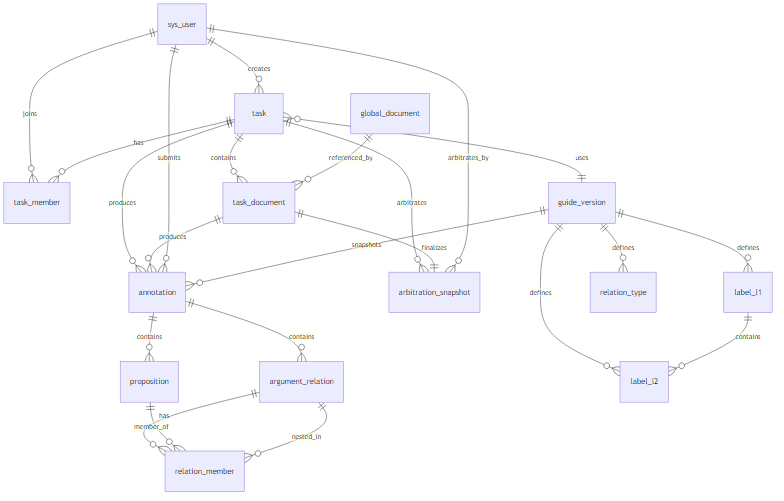
The Mermaid diagram docs/img/P3-ER图.png in MiaoYuxuan123/Judgement-Annotation-Platform, before a commit. Its source is kept beside it as docs/img/P3-ER图.mmd.
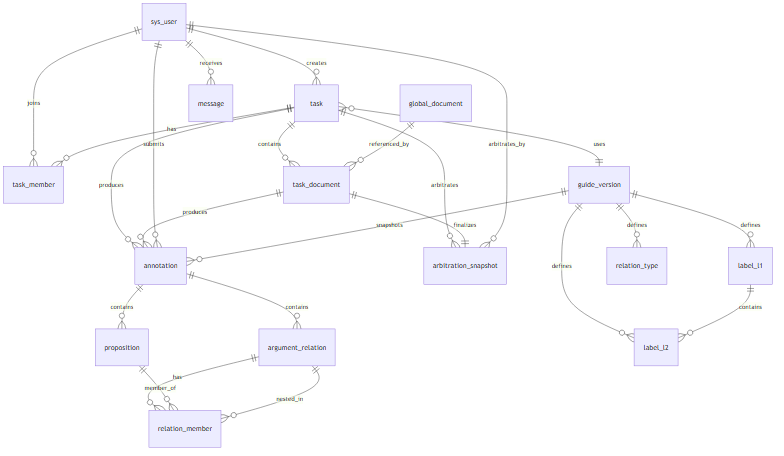
The same file after the commit.

Diff of the diagram source:
```diff
@@ -17,6 +17,7 @@
     task ||--o{ arbitration_snapshot : arbitrates
     task_document ||--|| arbitration_snapshot : finalizes
     sys_user ||--o{ arbitration_snapshot : arbitrates_by
+    sys_user ||--o{ message : receives
     guide_version ||--o{ label_l1 : defines
     guide_version ||--o{ label_l2 : defines
     label_l1 ||--o{ label_l2 : contains
```
